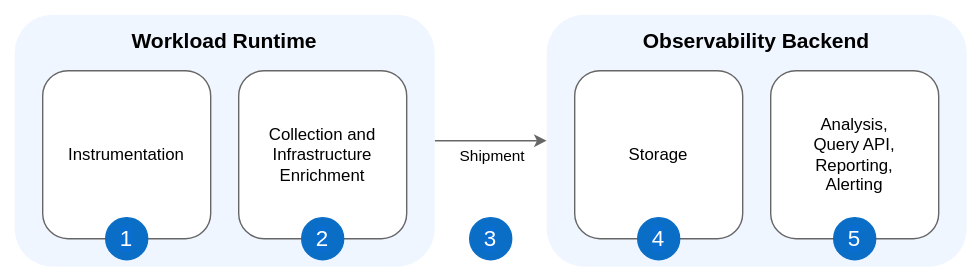
The draw.io diagram docs/user/assets/telemetry-stages.drawio.svg in kyma-project/telemetry-manager, before a commit. Source tidied: cells renumbered, new cells last; positions are measured from the earlier drawing's top-left corner, leaving out a move shared by most shapes.
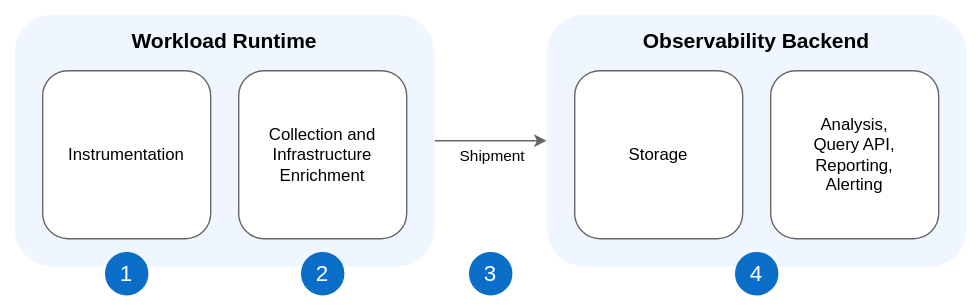
Later version of the same file.

Commit message:
update stages diagram

What changed in the source:
```diff
@@ -3,7 +3,7 @@
     <mxCell id="0" />
     <mxCell id="1" parent="0" />
     <mxCell id="2" style="rounded=0;whiteSpace=wrap;html=1;strokeColor=none;" parent="1" vertex="1">
-      <mxGeometry width="700" height="200" as="geometry" />
+      <mxGeometry width="700" height="220" as="geometry" />
     </mxCell>
     <mxCell id="3" value="&lt;font style=&quot;font-size: 15px;&quot;&gt;&lt;b&gt;Observability Backend&lt;br&gt;&lt;br&gt;&lt;br&gt;&lt;br&gt;&lt;br&gt;&lt;br&gt;&lt;br&gt;&lt;br&gt;&lt;br&gt;&lt;/b&gt;&lt;/font&gt;" style="rounded=1;whiteSpace=wrap;html=1;fillColor=#F0F6FF;strokeColor=none;" parent="1" vertex="1">
       <mxGeometry x="390" y="10" width="300" height="180" as="geometry" />
@@ -32,19 +32,16 @@
       <mxGeometry x="550" y="50" width="120" height="120" as="geometry" />
     </mxCell>
     <mxCell id="11" value="&lt;font style=&quot;font-size: 16px&quot;&gt;1&lt;/font&gt;" style="ellipse;whiteSpace=wrap;html=1;labelBackgroundColor=#0A6ED1;fontColor=#FFFFFF;fillColor=#0A6EC7;strokeColor=#0A6EC7;" parent="1" vertex="1">
-      <mxGeometry x="75" y="155" width="30" height="30" as="geometry" />
+      <mxGeometry x="75" y="180" width="30" height="30" as="geometry" />
     </mxCell>
     <mxCell id="12" value="&lt;font style=&quot;font-size: 16px&quot;&gt;2&lt;/font&gt;" style="ellipse;whiteSpace=wrap;html=1;labelBackgroundColor=#0A6ED1;fontColor=#FFFFFF;fillColor=#0A6EC7;strokeColor=#0A6EC7;" parent="1" vertex="1">
-      <mxGeometry x="215" y="155" width="30" height="30" as="geometry" />
+      <mxGeometry x="215" y="180" width="30" height="30" as="geometry" />
     </mxCell>
     <mxCell id="13" value="&lt;font style=&quot;font-size: 16px&quot;&gt;3&lt;/font&gt;" style="ellipse;whiteSpace=wrap;html=1;labelBackgroundColor=#0A6ED1;fontColor=#FFFFFF;fillColor=#0A6EC7;strokeColor=#0A6EC7;" parent="1" vertex="1">
-      <mxGeometry x="335" y="155" width="30" height="30" as="geometry" />
+      <mxGeometry x="335" y="180" width="30" height="30" as="geometry" />
     </mxCell>
     <mxCell id="14" value="&lt;font style=&quot;font-size: 16px&quot;&gt;4&lt;/font&gt;" style="ellipse;whiteSpace=wrap;html=1;labelBackgroundColor=#0A6ED1;fontColor=#FFFFFF;fillColor=#0A6EC7;strokeColor=#0A6EC7;" parent="1" vertex="1">
-      <mxGeometry x="455" y="155" width="30" height="30" as="geometry" />
+      <mxGeometry x="525" y="180" width="30" height="30" as="geometry" />
     </mxCell>
-    <mxCell id="15" value="&lt;font style=&quot;font-size: 16px&quot;&gt;5&lt;/font&gt;" style="ellipse;whiteSpace=wrap;html=1;labelBackgroundColor=#0A6ED1;fontColor=#FFFFFF;fillColor=#0A6EC7;strokeColor=#0A6EC7;" parent="1" vertex="1">
-      <mxGeometry x="595" y="155" width="30" height="30" as="geometry" />
-    </mxCell>
   </root>
 </mxGraphModel>
```
